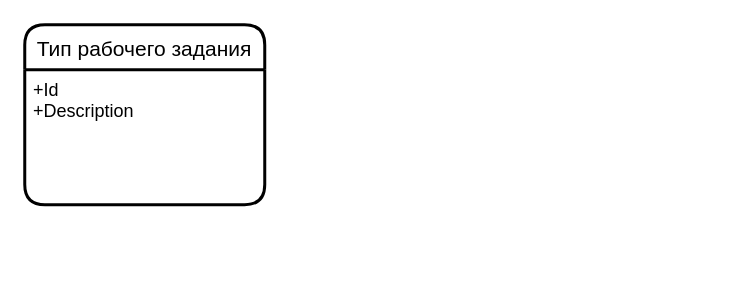
This is page "DB" (3 of 3) of Рабочее задание.drawio from tvolodi/abitech, a draw.io file, before an edit. Source tidied: cells renumbered, new cells numbered last; positions are measured from the earlier drawing's top-left corner, leaving out a move shared by most shapes. Both pictures are drawn from the tidied source at 150%, with x=0, y=0 at pixel (24, 24).
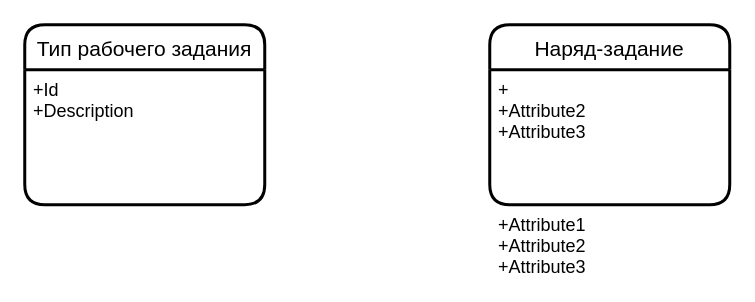
After the change.

What changed in the source:
```diff
@@
 <mxGraphModel>
   <root>
     <mxCell id="0" />
     <mxCell id="1" parent="0" />
     <mxCell id="2" value="Тип рабочего задания" style="swimlane;horizontal=1;startSize=30;rounded=1;fontSize=14;fontStyle=0;strokeWidth=2;shadow=0;dashed=0;align=center;labelBackgroundColor=none;fontColor=#000000;fillColor=#FFFFFF;gradientColor=none;gradientDirection=north;" parent="1" vertex="1">
       <mxGeometry width="160" height="120" as="geometry" />
     </mxCell>
     <mxCell id="3" value="+Id&#10;+Description" style="align=left;strokeColor=none;fillColor=none;spacingLeft=4;fontSize=12;verticalAlign=top;labelBackgroundColor=none;fontColor=#000000;" parent="2" vertex="1">
       <mxGeometry y="30" width="160" height="90" as="geometry" />
     </mxCell>
+    <mxCell id="4" value="Наряд-задание" style="swimlane;horizontal=1;startSize=30;rounded=1;fontSize=14;fontStyle=0;strokeWidth=2;shadow=0;dashed=0;align=center;labelBackgroundColor=none;fontColor=#000000;fillColor=#FFFFFF;gradientColor=none;gradientDirection=north;" parent="1" vertex="1">
+      <mxGeometry x="310" width="160" height="120" as="geometry" />
+    </mxCell>
+    <mxCell id="5" value="+&#10;+Attribute2&#10;+Attribute3" style="align=left;strokeColor=none;fillColor=none;spacingLeft=4;fontSize=12;verticalAlign=top;labelBackgroundColor=none;fontColor=#000000;" parent="4" vertex="1">
+      <mxGeometry y="30" width="160" height="90" as="geometry" />
+    </mxCell>
+    <mxCell id="6" value="+Attribute1&#10;+Attribute2&#10;+Attribute3" style="align=left;strokeColor=none;fillColor=none;spacingLeft=4;fontSize=12;verticalAlign=top;labelBackgroundColor=none;fontColor=#000000;" parent="4" vertex="1">
+      <mxGeometry y="120" width="160" as="geometry" />
+    </mxCell>
   </root>
 </mxGraphModel>
```
